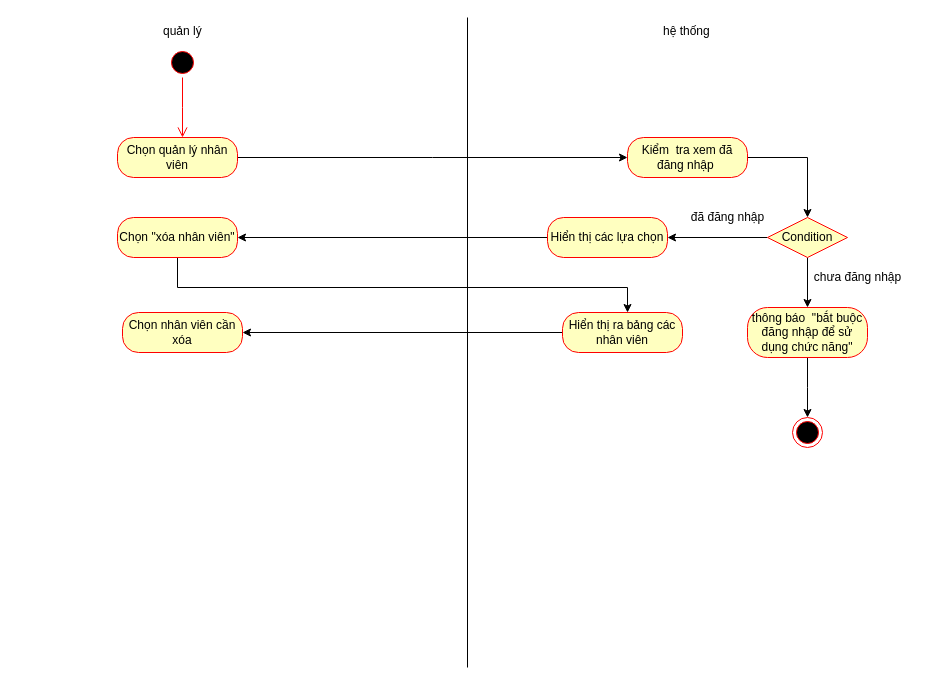
Before: page "Page-5" (3 of 16) of Untitled Diagram.drawio in sonha1/aaaa, a draw.io diagram. Source tidied: cells renumbered, new cells numbered last; positions are measured from the earlier drawing's top-left corner, leaving out a move shared by most shapes. Both pictures are drawn from the tidied source at 100%, with x=0, y=0 at pixel (117, 17).
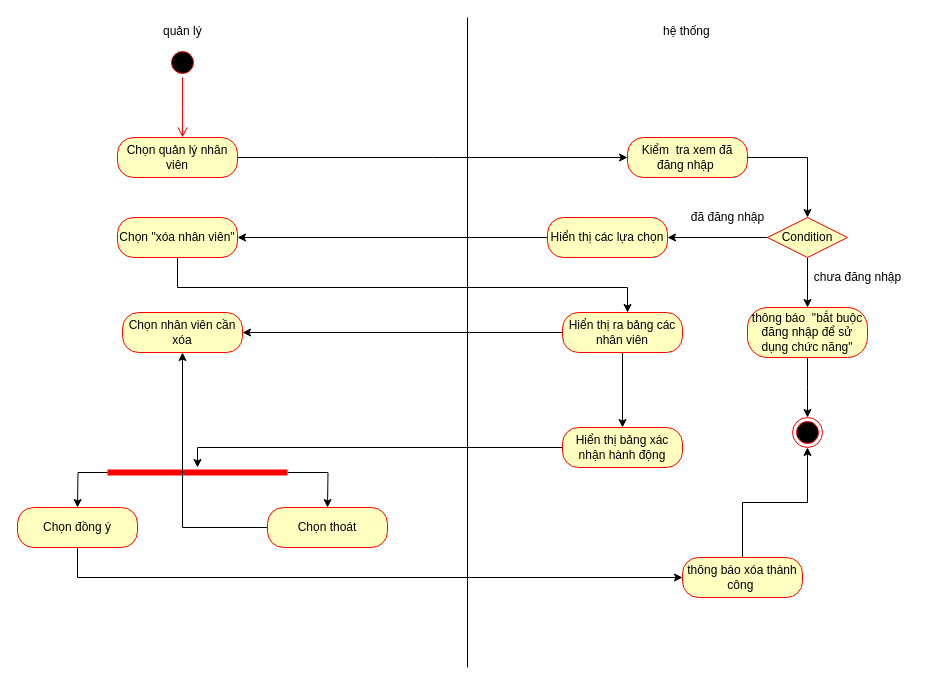
The same diagram, later.

The change refers to these unchanged cells:
```xml
<mxCell id="22" value="Hiển thị ra bảng các nhân viên" style="rounded=1;whiteSpace=wrap;html=1;arcSize=40;fontColor=#000000;fillColor=#ffffc0;strokeColor=#ff0000;" parent="1" vertex="1">
  <mxGeometry x="445" y="295" width="120" height="40" as="geometry" />
</mxCell>
<mxCell id="23" value="Chọn nhân viên cần xóa" style="rounded=1;whiteSpace=wrap;html=1;arcSize=40;fontColor=#000000;fillColor=#ffffc0;strokeColor=#ff0000;" parent="1" vertex="1">
  <mxGeometry x="5" y="295" width="120" height="40" as="geometry" />
</mxCell>
<mxCell id="25" style="ellipse;html=1;shape=endState;fillColor=#000000;strokeColor=#ff0000;" parent="1" vertex="1">
  <mxGeometry x="675" y="400" width="30" height="30" as="geometry" />
</mxCell>
```

What changed in the source:
```diff
@@
+    <mxCell id="26" style="edgeStyle=orthogonalEdgeStyle;rounded=0;jettySize=auto;html=1;entryX=0.5;entryY=0;entryDx=0;entryDy=0;" parent="1" edge="1" source="22" target="28">
+      <mxGeometry relative="1" as="geometry" />
+    </mxCell>
@@
+    <mxCell id="27" style="edgeStyle=orthogonalEdgeStyle;rounded=0;jettySize=auto;html=1;" parent="1" edge="1" source="28" target="31">
+      <mxGeometry relative="1" as="geometry">
+        <Array as="points">
+          <mxPoint x="80" y="430" />
+        </Array>
+      </mxGeometry>
+    </mxCell>
+    <mxCell id="28" value="Hiển thị bảng xác nhận hành động" style="rounded=1;whiteSpace=wrap;html=1;arcSize=40;fontColor=#000000;fillColor=#ffffc0;strokeColor=#ff0000;" parent="1" vertex="1">
+      <mxGeometry x="445" y="410" width="120" height="40" as="geometry" />
+    </mxCell>
+    <mxCell id="29" style="edgeStyle=orthogonalEdgeStyle;rounded=0;jettySize=auto;html=1;" parent="1" edge="1" source="31">
+      <mxGeometry relative="1" as="geometry">
+        <mxPoint x="210" y="490" as="targetPoint" />
+      </mxGeometry>
+    </mxCell>
+    <mxCell id="30" style="edgeStyle=orthogonalEdgeStyle;rounded=0;jettySize=auto;html=1;" parent="1" edge="1" source="31">
+      <mxGeometry relative="1" as="geometry">
+        <mxPoint x="-40" y="490" as="targetPoint" />
+      </mxGeometry>
+    </mxCell>
+    <mxCell id="31" style="shape=line;html=1;strokeWidth=6;strokeColor=#ff0000;" parent="1" vertex="1">
+      <mxGeometry x="-10" y="450" width="180" height="10" as="geometry" />
+    </mxCell>
+    <mxCell id="32" style="edgeStyle=orthogonalEdgeStyle;rounded=0;jettySize=auto;html=1;entryX=0;entryY=0.5;entryDx=0;entryDy=0;" parent="1" edge="1" source="33" target="37">
+      <mxGeometry relative="1" as="geometry">
+        <Array as="points">
+          <mxPoint x="-40" y="560" />
+        </Array>
+      </mxGeometry>
+    </mxCell>
+    <mxCell id="33" value="Chọn đồng ý" style="rounded=1;whiteSpace=wrap;html=1;arcSize=40;fontColor=#000000;fillColor=#ffffc0;strokeColor=#ff0000;" parent="1" vertex="1">
+      <mxGeometry x="-100" y="490" width="120" height="40" as="geometry" />
+    </mxCell>
+    <mxCell id="34" style="edgeStyle=orthogonalEdgeStyle;rounded=0;jettySize=auto;html=1;entryX=0.5;entryY=1;entryDx=0;entryDy=0;" parent="1" edge="1" source="35" target="23">
+      <mxGeometry relative="1" as="geometry">
+        <Array as="points">
+          <mxPoint x="65" y="510" />
+        </Array>
+      </mxGeometry>
+    </mxCell>
+    <mxCell id="35" value="Chọn thoát" style="rounded=1;whiteSpace=wrap;html=1;arcSize=40;fontColor=#000000;fillColor=#ffffc0;strokeColor=#ff0000;" parent="1" vertex="1">
+      <mxGeometry x="150" y="490" width="120" height="40" as="geometry" />
+    </mxCell>
+    <mxCell id="36" style="edgeStyle=orthogonalEdgeStyle;rounded=0;jettySize=auto;html=1;" parent="1" edge="1" source="37" target="25">
+      <mxGeometry relative="1" as="geometry" />
+    </mxCell>
+    <mxCell id="37" value="thông báo xóa thành công&amp;nbsp;" style="rounded=1;whiteSpace=wrap;html=1;arcSize=40;fontColor=#000000;fillColor=#ffffc0;strokeColor=#ff0000;" parent="1" vertex="1">
+      <mxGeometry x="565" y="540" width="120" height="40" as="geometry" />
+    </mxCell>
```
